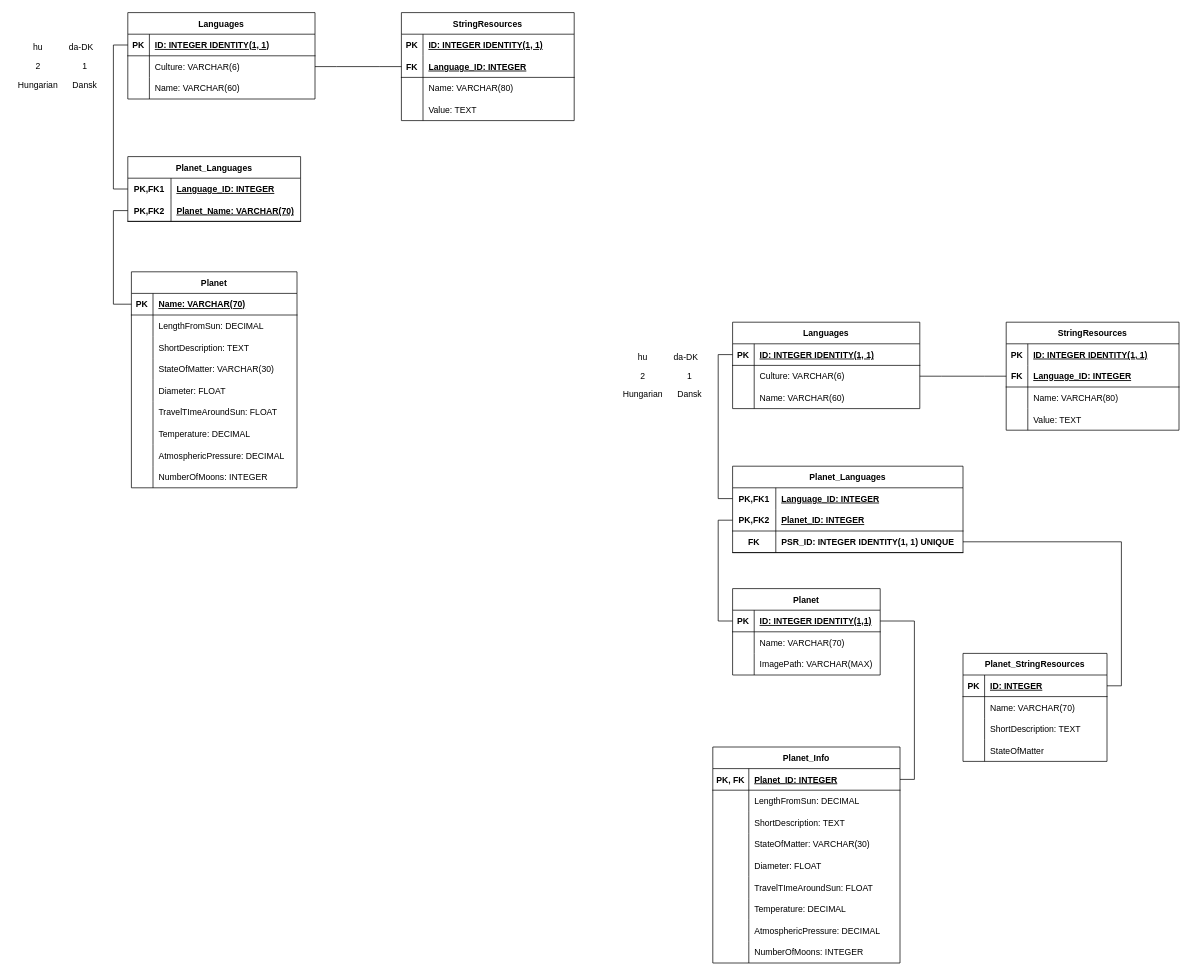
Before: Documentation/RDS diagram.drawio in TGPGamez/The-Solar-System, a draw.io diagram. Source tidied: cells renumbered, new cells numbered last; positions are measured from the earlier drawing's top-left corner, leaving out a move shared by most shapes. Both pictures are drawn from the tidied source at 72%, with x=0, y=0 at pixel (12, 12).
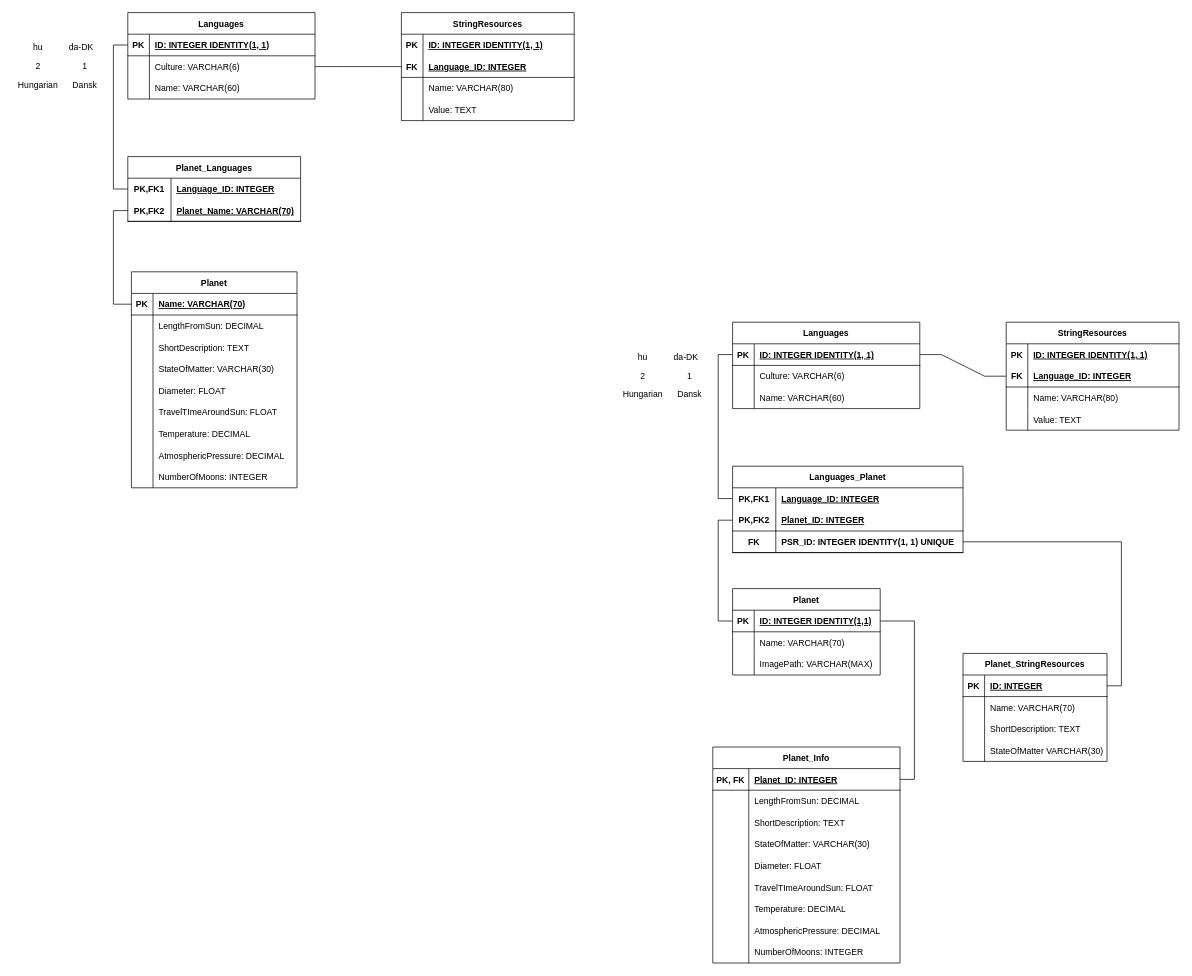
After the change.

The change refers to these unchanged cells:
```xml
<mxCell id="98" style="shape=tableRow;horizontal=0;startSize=0;swimlaneHead=0;swimlaneBody=0;fillColor=none;points=[[0,0.5],[1,0.5]];portConstraint=eastwest;top=0;left=0;right=0;bottom=1;" parent="97" vertex="1">
  <mxGeometry y="30" width="260" height="30" as="geometry" />
</mxCell>
<mxCell id="101" style="shape=tableRow;horizontal=0;startSize=0;swimlaneHead=0;swimlaneBody=0;fillColor=none;points=[[0,0.5],[1,0.5]];portConstraint=eastwest;top=0;left=0;right=0;bottom=0;" parent="97" vertex="1">
  <mxGeometry y="60" width="260" height="30" as="geometry" />
</mxCell>
<mxCell id="111" style="shape=tableRow;horizontal=0;startSize=0;swimlaneHead=0;swimlaneBody=0;fillColor=none;points=[[0,0.5],[1,0.5]];portConstraint=eastwest;top=0;left=0;right=0;bottom=1;" parent="107" vertex="1">
  <mxGeometry y="60" width="240" height="30" as="geometry" />
</mxCell>
<mxCell id="159" style="shape=tableRow;horizontal=0;startSize=0;swimlaneHead=0;swimlaneBody=0;fillColor=none;top=0;left=0;right=0;bottom=0;" parent="149" vertex="1">
  <mxGeometry y="120" width="200" height="30" as="geometry" />
</mxCell>
```

Change to the diagram source:
```diff
@@
-    <mxCell id="120" style="edgeStyle=entityRelationEdgeStyle;fontSize=12;html=1;endArrow=none;rounded=0;entryX=0;entryY=0.5;entryDx=0;entryDy=0;exitX=1;exitY=0.5;exitDx=0;exitDy=0;endFill=0;" parent="1" edge="1" source="101" target="111">
+    <mxCell id="120" style="edgeStyle=entityRelationEdgeStyle;fontSize=12;html=1;endArrow=none;rounded=0;entryX=0;entryY=0.5;entryDx=0;entryDy=0;exitX=1;exitY=0.5;exitDx=0;exitDy=0;endFill=0;" parent="1" edge="1" source="98" target="111">
       <mxGeometry relative="1" as="geometry" />
     </mxCell>
@@
-    <mxCell id="122" value="Planet_Languages" style="shape=table;startSize=30;childLayout=tableLayout;rowLines=0;fontStyle=1;align=center;" parent="1" vertex="1">
+    <mxCell id="122" value="Languages_Planet" style="shape=table;startSize=30;childLayout=tableLayout;rowLines=0;fontStyle=1;align=center;" parent="1" vertex="1">
       <mxGeometry x="1000" y="630" width="320" height="120" as="geometry" />
     </mxCell>
@@
-    <mxCell id="161" value="StateOfMatter" style="shape=partialRectangle;fillColor=none;top=0;left=0;bottom=0;right=0;align=left;spacingLeft=6;overflow=hidden;" parent="159" vertex="1">
+    <mxCell id="161" value="StateOfMatter VARCHAR(30)" style="shape=partialRectangle;fillColor=none;top=0;left=0;bottom=0;right=0;align=left;spacingLeft=6;overflow=hidden;" parent="159" vertex="1">
       <mxGeometry x="30" width="170" height="30" as="geometry" />
     </mxCell>
```
